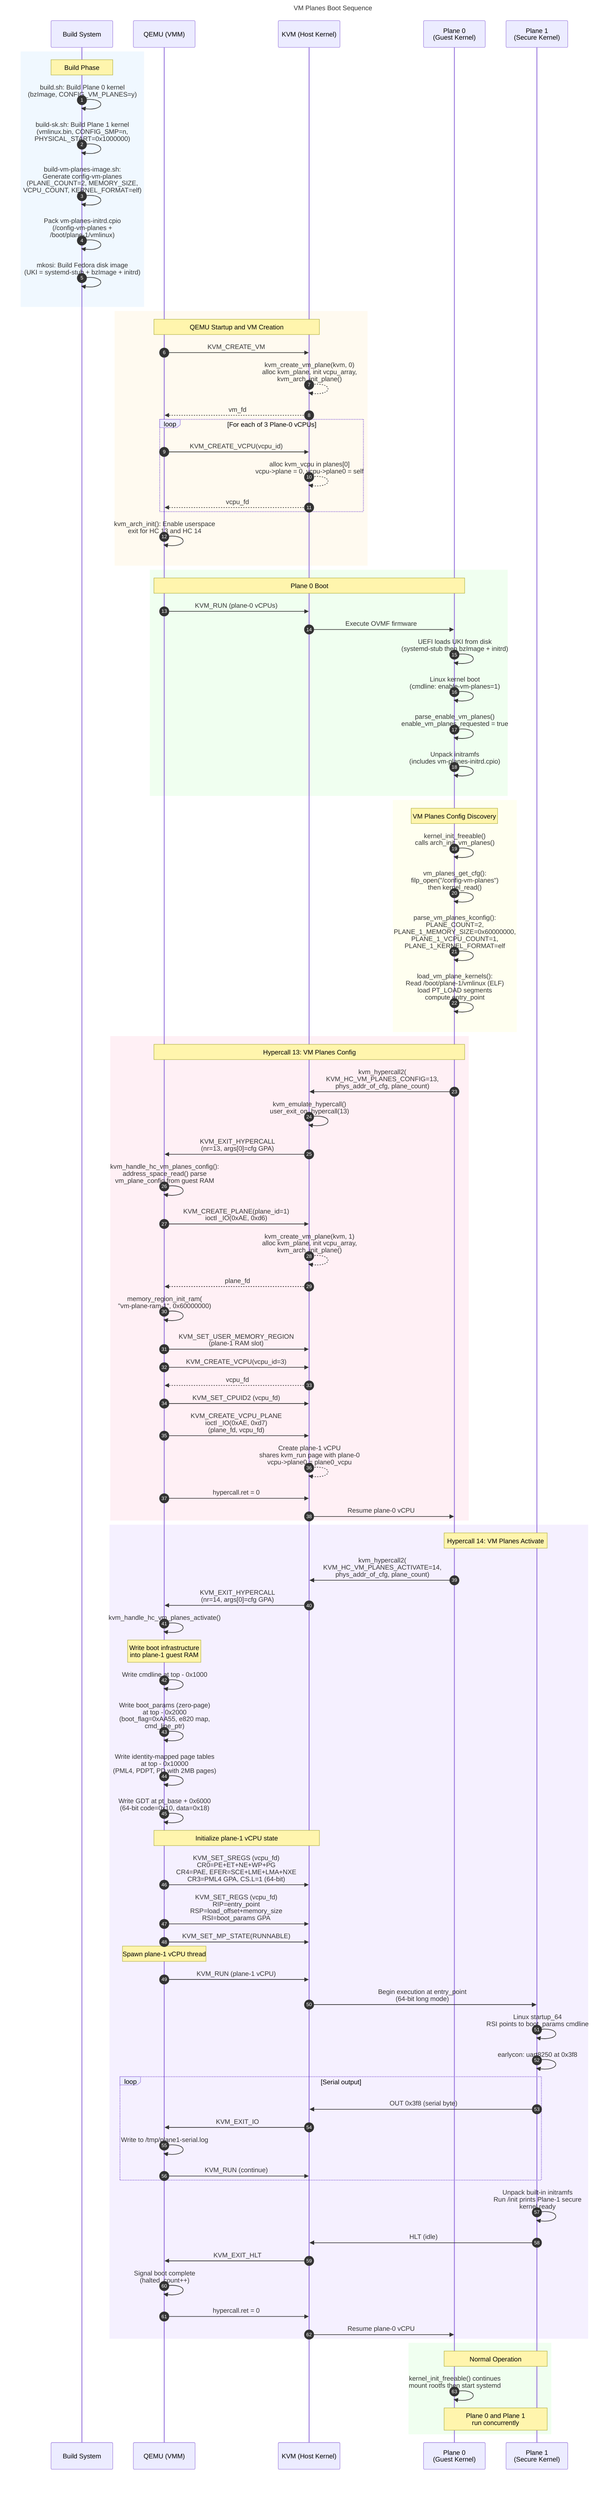
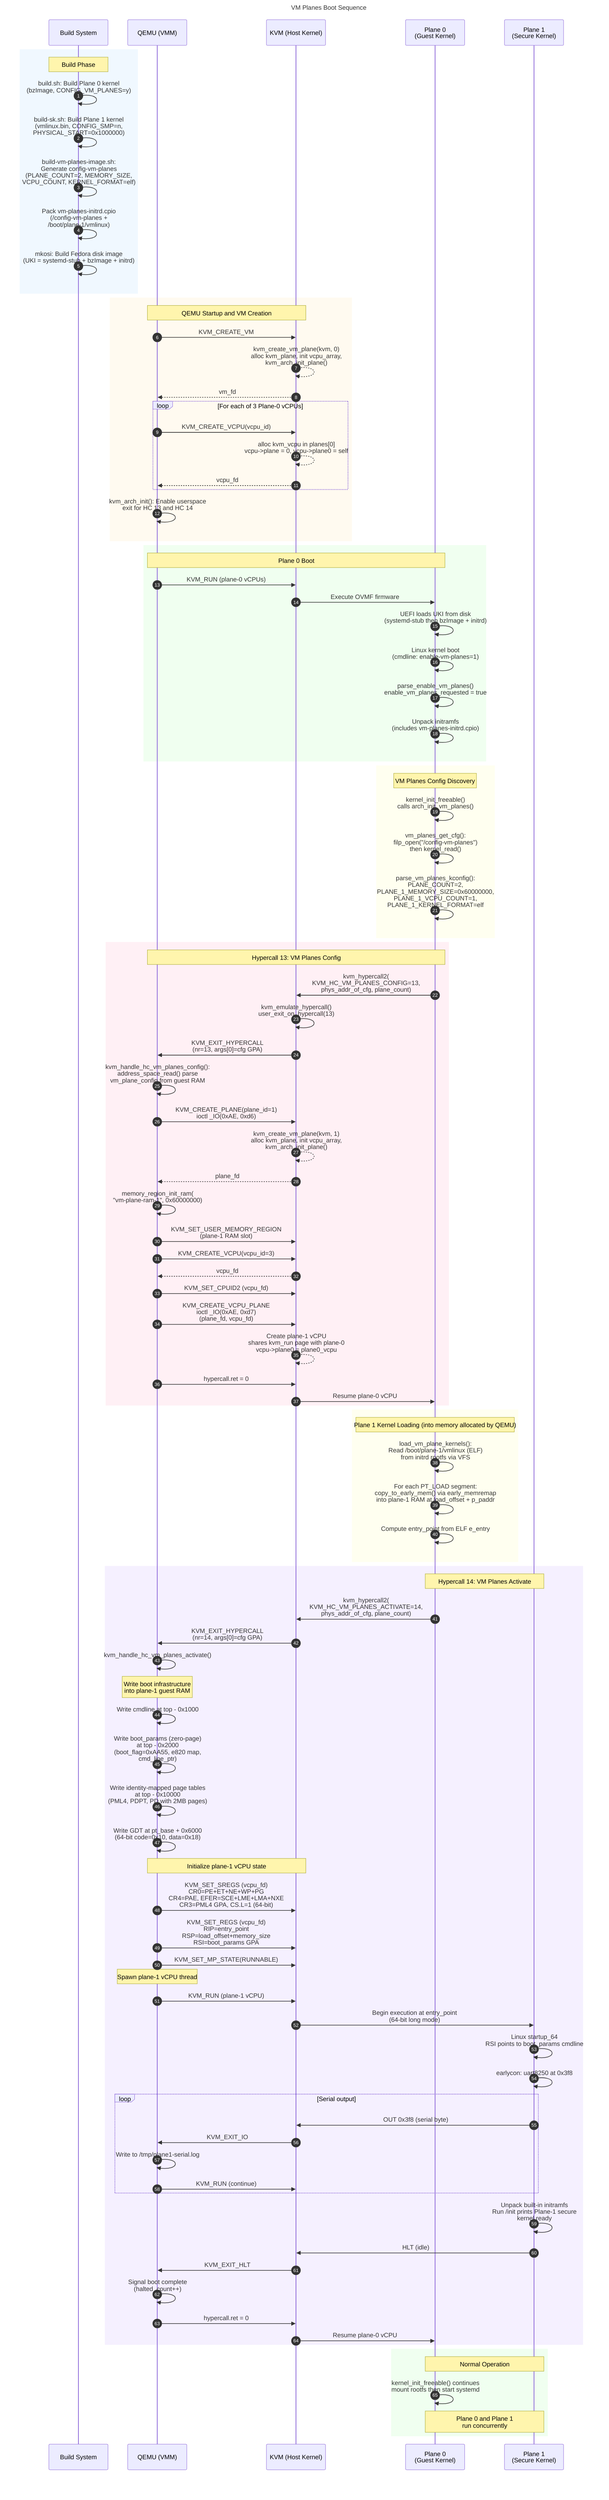
---
title: VM Planes Boot Sequence
---
sequenceDiagram
    autonumber

    participant Build as Build System
    participant QEMU as QEMU (VMM)
    participant KVM as KVM (Host Kernel)
    participant P0 as Plane 0<br/>(Guest Kernel)
    participant P1 as Plane 1<br/>(Secure Kernel)

    %% ── Build Phase ──
    rect rgb(240, 248, 255)
        Note over Build: Build Phase
        Build->>Build: build.sh: Build Plane 0 kernel<br/>(bzImage, CONFIG_VM_PLANES=y)
        Build->>Build: build-sk.sh: Build Plane 1 kernel<br/>(vmlinux.bin, CONFIG_SMP=n,<br/>PHYSICAL_START=0x1000000)
        Build->>Build: build-vm-planes-image.sh:<br/>Generate config-vm-planes<br/>(PLANE_COUNT=2, MEMORY_SIZE,<br/>VCPU_COUNT, KERNEL_FORMAT=elf)
        Build->>Build: Pack vm-planes-initrd.cpio<br/>(/config-vm-planes +<br/>/boot/plane-1/vmlinux)
        Build->>Build: mkosi: Build Fedora disk image<br/>(UKI = systemd-stub + bzImage + initrd)
    end

    %% ── QEMU Startup ──
    rect rgb(255, 250, 240)
        Note over QEMU,KVM: QEMU Startup and VM Creation
        QEMU->>KVM: KVM_CREATE_VM
        KVM-->>KVM: kvm_create_vm_plane(kvm, 0)<br/>alloc kvm_plane, init vcpu_array,<br/>kvm_arch_init_plane()
        KVM-->>QEMU: vm_fd

        loop For each of 3 Plane-0 vCPUs
            QEMU->>KVM: KVM_CREATE_VCPU(vcpu_id)
            KVM-->>KVM: alloc kvm_vcpu in planes[0]<br/>vcpu->plane = 0, vcpu->plane0 = self
            KVM-->>QEMU: vcpu_fd
        end

        QEMU->>QEMU: kvm_arch_init(): Enable userspace<br/>exit for HC 13 and HC 14
    end

    %% ── Plane 0 Boot ──
    rect rgb(240, 255, 240)
        Note over QEMU,P0: Plane 0 Boot
        QEMU->>KVM: KVM_RUN (plane-0 vCPUs)
        KVM->>P0: Execute OVMF firmware
        P0->>P0: UEFI loads UKI from disk<br/>(systemd-stub then bzImage + initrd)
        P0->>P0: Linux kernel boot<br/>(cmdline: enable-vm-planes=1)
        P0->>P0: parse_enable_vm_planes()<br/>enable_vm_planes_requested = true
        P0->>P0: Unpack initramfs<br/>(includes vm-planes-initrd.cpio)
    end

    %% ── VM Planes Config Discovery ──
    rect rgb(255, 255, 240)
        Note over P0: VM Planes Config Discovery
        P0->>P0: kernel_init_freeable()<br/>calls arch_init_vm_planes()
        P0->>P0: vm_planes_get_cfg():<br/>filp_open("/config-vm-planes")<br/>then kernel_read()
        P0->>P0: parse_vm_planes_kconfig():<br/>PLANE_COUNT=2,<br/>PLANE_1_MEMORY_SIZE=0x60000000,<br/>PLANE_1_VCPU_COUNT=1,<br/>PLANE_1_KERNEL_FORMAT=elf
-         P0->>P0: load_vm_plane_kernels():<br/>Read /boot/plane-1/vmlinux (ELF)<br/>load PT_LOAD segments<br/>compute entry_point
    end

    %% ── HC 13: VM Planes Config ──
    rect rgb(255, 240, 245)
        Note over P0,QEMU: Hypercall 13: VM Planes Config
        P0->>KVM: kvm_hypercall2(<br/>KVM_HC_VM_PLANES_CONFIG=13,<br/>phys_addr_of_cfg, plane_count)
        KVM->>KVM: kvm_emulate_hypercall()<br/>user_exit_on_hypercall(13)
        KVM->>QEMU: KVM_EXIT_HYPERCALL<br/>(nr=13, args[0]=cfg GPA)

        QEMU->>QEMU: kvm_handle_hc_vm_planes_config():<br/>address_space_read() parse<br/>vm_plane_config from guest RAM

        QEMU->>KVM: KVM_CREATE_PLANE(plane_id=1)<br/>ioctl _IO(0xAE, 0xd6)
        KVM-->>KVM: kvm_create_vm_plane(kvm, 1)<br/>alloc kvm_plane, init vcpu_array,<br/>kvm_arch_init_plane()
        KVM-->>QEMU: plane_fd

        QEMU->>QEMU: memory_region_init_ram(<br/>"vm-plane-ram-1", 0x60000000)
        QEMU->>KVM: KVM_SET_USER_MEMORY_REGION<br/>(plane-1 RAM slot)

        QEMU->>KVM: KVM_CREATE_VCPU(vcpu_id=3)
        KVM-->>QEMU: vcpu_fd
        QEMU->>KVM: KVM_SET_CPUID2 (vcpu_fd)
        QEMU->>KVM: KVM_CREATE_VCPU_PLANE<br/>ioctl _IO(0xAE, 0xd7)<br/>(plane_fd, vcpu_fd)
        KVM-->>KVM: Create plane-1 vCPU<br/>shares kvm_run page with plane-0<br/>vcpu->plane0 = plane0_vcpu

        QEMU->>KVM: hypercall.ret = 0
        KVM->>P0: Resume plane-0 vCPU
+     end
+ 
+     %% ── Plane 1 Kernel Loading ──
+     rect rgb(255, 255, 240)
+         Note over P0: Plane 1 Kernel Loading (into memory allocated by QEMU)
+         P0->>P0: load_vm_plane_kernels():<br/>Read /boot/plane-1/vmlinux (ELF)<br/>from initrd rootfs via VFS
+         P0->>P0: For each PT_LOAD segment:<br/>copy_to_early_mem() via early_memremap<br/>into plane-1 RAM at load_offset + p_paddr
+         P0->>P0: Compute entry_point from ELF e_entry
    end

    %% ── HC 14: VM Planes Activate ──
    rect rgb(245, 240, 255)
        Note over P0,P1: Hypercall 14: VM Planes Activate
        P0->>KVM: kvm_hypercall2(<br/>KVM_HC_VM_PLANES_ACTIVATE=14,<br/>phys_addr_of_cfg, plane_count)
        KVM->>QEMU: KVM_EXIT_HYPERCALL<br/>(nr=14, args[0]=cfg GPA)

        QEMU->>QEMU: kvm_handle_hc_vm_planes_activate()

        Note over QEMU: Write boot infrastructure<br/>into plane-1 guest RAM
        QEMU->>QEMU: Write cmdline at top - 0x1000
        QEMU->>QEMU: Write boot_params (zero-page)<br/>at top - 0x2000<br/>(boot_flag=0xAA55, e820 map,<br/>cmd_line_ptr)
        QEMU->>QEMU: Write identity-mapped page tables<br/>at top - 0x10000<br/>(PML4, PDPT, PD with 2MB pages)
        QEMU->>QEMU: Write GDT at pt_base + 0x6000<br/>(64-bit code=0x10, data=0x18)

        Note over QEMU,KVM: Initialize plane-1 vCPU state
        QEMU->>KVM: KVM_SET_SREGS (vcpu_fd)<br/>CR0=PE+ET+NE+WP+PG<br/>CR4=PAE, EFER=SCE+LME+LMA+NXE<br/>CR3=PML4 GPA, CS.L=1 (64-bit)
        QEMU->>KVM: KVM_SET_REGS (vcpu_fd)<br/>RIP=entry_point<br/>RSP=load_offset+memory_size<br/>RSI=boot_params GPA
        QEMU->>KVM: KVM_SET_MP_STATE(RUNNABLE)

        Note over QEMU: Spawn plane-1 vCPU thread
        QEMU->>KVM: KVM_RUN (plane-1 vCPU)
        KVM->>P1: Begin execution at entry_point<br/>(64-bit long mode)

        P1->>P1: Linux startup_64<br/>RSI points to boot_params cmdline
        P1->>P1: earlycon: uart8250 at 0x3f8

        loop Serial output
            P1->>KVM: OUT 0x3f8 (serial byte)
            KVM->>QEMU: KVM_EXIT_IO
            QEMU->>QEMU: Write to /tmp/plane1-serial.log
            QEMU->>KVM: KVM_RUN (continue)
        end

        P1->>P1: Unpack built-in initramfs<br/>Run /init prints Plane-1 secure<br/>kernel ready
        P1->>KVM: HLT (idle)
        KVM->>QEMU: KVM_EXIT_HLT
        QEMU->>QEMU: Signal boot complete<br/>(halted_count++)

        QEMU->>KVM: hypercall.ret = 0
        KVM->>P0: Resume plane-0 vCPU
    end

    %% ── Normal Operation ──
    rect rgb(240, 255, 240)
        Note over P0,P1: Normal Operation
        P0->>P0: kernel_init_freeable() continues<br/>mount rootfs then start systemd
        Note over P0,P1: Plane 0 and Plane 1<br/>run concurrently
    end
